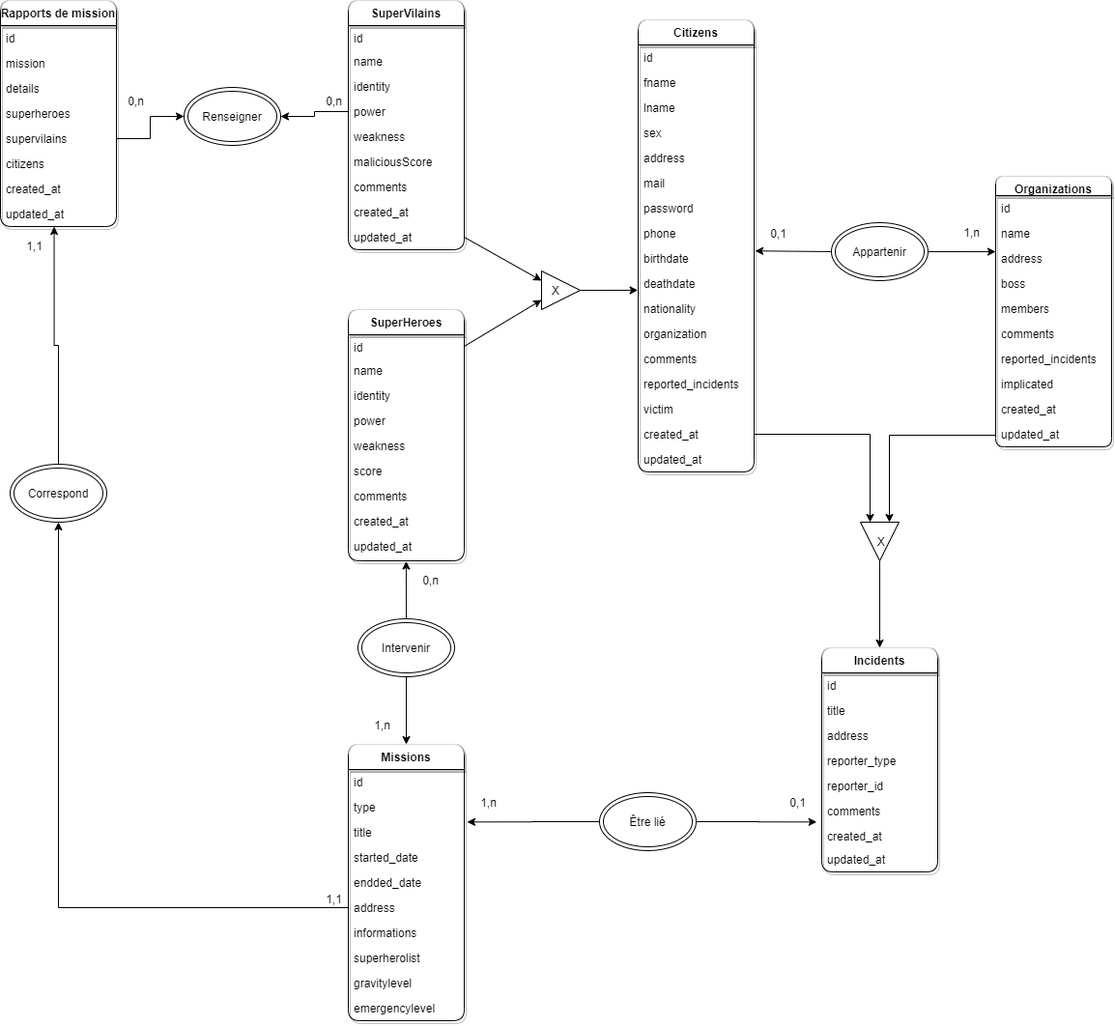
The draw.io diagram documentation/mcd/mcd.png in floriaaan/java-bootcamp, before a commit. Source tidied: cells renumbered, new cells last; positions are measured from the earlier drawing's top-left corner, leaving out a move shared by most shapes.
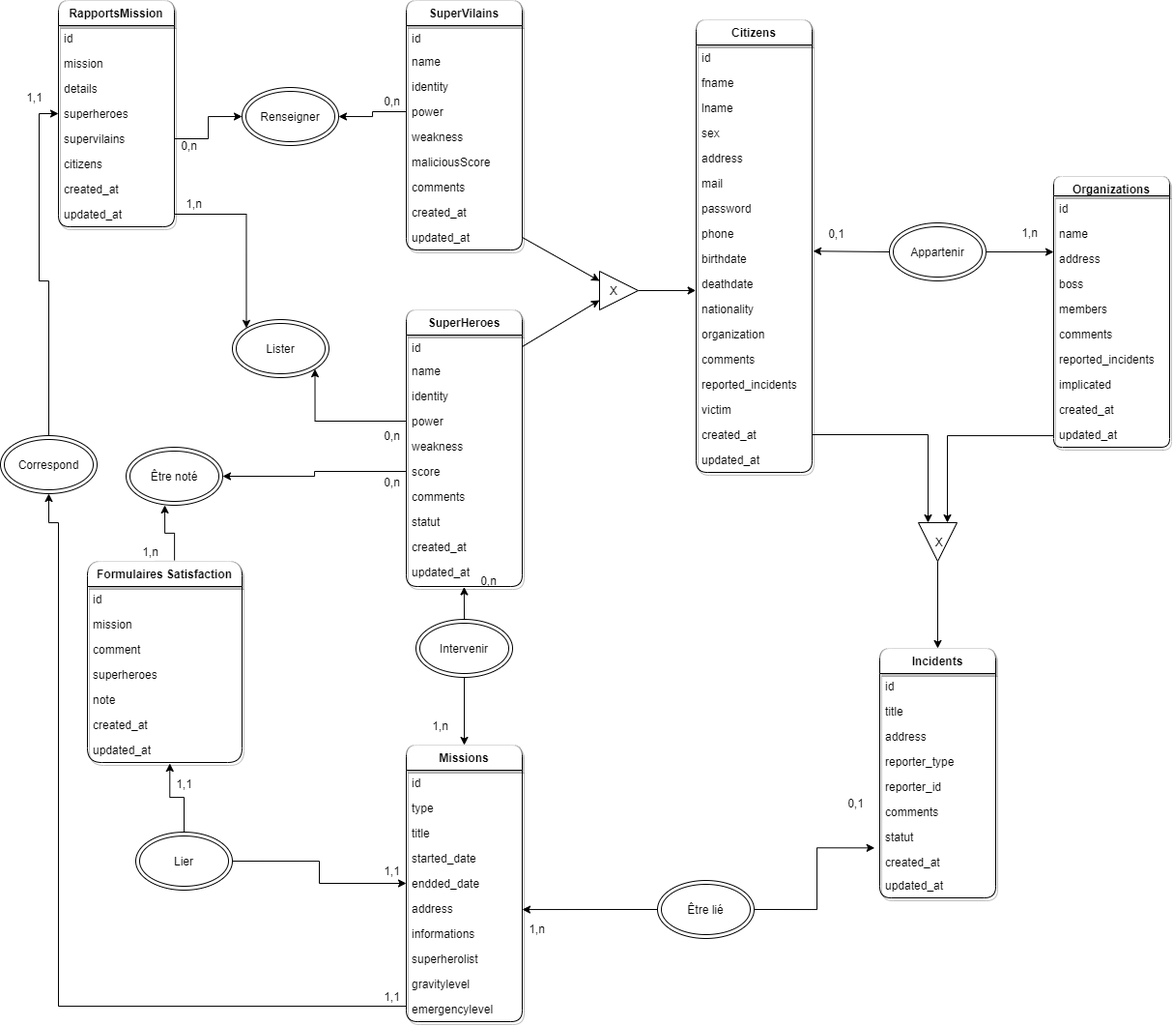
Later version of the same file.

The edit, as a diff of the source:
```diff
@@ -90,7 +90,7 @@
       <mxGeometry y="254" width="120" height="26" as="geometry" />
     </mxCell>
     <mxCell id="31" value="SuperHeroes" style="swimlane;fontStyle=1;horizontal=1;startSize=26;swimlaneLine=1;rounded=1;shadow=1;sketch=0;glass=1;verticalAlign=top;" parent="1" vertex="1">
-      <mxGeometry x="360" y="320" width="120" height="260" as="geometry" />
+      <mxGeometry x="360" y="320" width="120" height="286" as="geometry" />
     </mxCell>
     <mxCell id="32" value="id" style="text;strokeColor=none;fillColor=none;align=left;verticalAlign=top;spacingLeft=4;spacingRight=4;overflow=hidden;points=[[0,0.5],[1,0.5]];portConstraint=eastwest;" parent="31" vertex="1">
       <mxGeometry y="26" width="120" height="24" as="geometry" />
@@ -113,11 +113,14 @@
     <mxCell id="38" value="comments" style="text;strokeColor=none;fillColor=none;align=left;verticalAlign=top;spacingLeft=4;spacingRight=4;overflow=hidden;" parent="31" vertex="1">
       <mxGeometry y="180" width="120" height="26" as="geometry" />
     </mxCell>
+    <mxCell id="113" value="statut" style="text;strokeColor=none;fillColor=none;align=left;verticalAlign=top;spacingLeft=4;spacingRight=4;overflow=hidden;" parent="31" vertex="1">
+      <mxGeometry y="206" width="120" height="26" as="geometry" />
+    </mxCell>
     <mxCell id="39" value="created_at" style="text;strokeColor=none;fillColor=none;align=left;verticalAlign=top;spacingLeft=4;spacingRight=4;overflow=hidden;" parent="31" vertex="1">
-      <mxGeometry y="206" width="120" height="26" as="geometry" />
+      <mxGeometry y="232" width="120" height="26" as="geometry" />
     </mxCell>
     <mxCell id="40" value="updated_at" style="text;strokeColor=none;fillColor=none;align=left;verticalAlign=top;spacingLeft=4;spacingRight=4;overflow=hidden;points=[[0,0.5],[1,0.5]];portConstraint=eastwest;" parent="31" vertex="1">
-      <mxGeometry y="232" width="120" height="28" as="geometry" />
+      <mxGeometry y="258" width="120" height="28" as="geometry" />
     </mxCell>
     <mxCell id="41" value="SuperVilains" style="swimlane;fontStyle=1;horizontal=1;startSize=26;swimlaneLine=1;rounded=1;shadow=1;sketch=0;glass=1;verticalAlign=top;" parent="1" vertex="1">
       <mxGeometry x="360" width="120" height="258" as="geometry" />
@@ -150,7 +153,7 @@
       <mxGeometry y="232" width="120" height="26" as="geometry" />
     </mxCell>
     <mxCell id="51" value="Incidents" style="swimlane;fontStyle=1;horizontal=1;startSize=26;swimlaneLine=1;rounded=1;shadow=1;sketch=0;glass=1;verticalAlign=top;" parent="1" vertex="1">
-      <mxGeometry x="850" y="670" width="120" height="232" as="geometry" />
+      <mxGeometry x="850" y="670" width="120" height="258" as="geometry" />
     </mxCell>
     <mxCell id="52" value="id" style="text;strokeColor=none;fillColor=none;align=left;verticalAlign=top;spacingLeft=4;spacingRight=4;overflow=hidden;" parent="51" vertex="1">
       <mxGeometry y="26" width="120" height="26" as="geometry" />
@@ -170,11 +173,14 @@
     <mxCell id="57" value="comments" style="text;strokeColor=none;fillColor=none;align=left;verticalAlign=top;spacingLeft=4;spacingRight=4;overflow=hidden;" parent="51" vertex="1">
       <mxGeometry y="156" width="120" height="26" as="geometry" />
     </mxCell>
+    <mxCell id="114" value="statut" style="text;strokeColor=none;fillColor=none;align=left;verticalAlign=top;spacingLeft=4;spacingRight=4;overflow=hidden;" parent="51" vertex="1">
+      <mxGeometry y="182" width="120" height="26" as="geometry" />
+    </mxCell>
     <mxCell id="58" value="created_at" style="text;strokeColor=none;fillColor=none;align=left;verticalAlign=top;spacingLeft=4;spacingRight=4;overflow=hidden;points=[[0,0.5],[1,0.5]];portConstraint=eastwest;" parent="51" vertex="1">
-      <mxGeometry y="182" width="120" height="24" as="geometry" />
+      <mxGeometry y="208" width="120" height="24" as="geometry" />
     </mxCell>
     <mxCell id="59" value="updated_at" style="text;strokeColor=none;fillColor=none;align=left;verticalAlign=top;spacingLeft=4;spacingRight=4;overflow=hidden;" parent="51" vertex="1">
-      <mxGeometry y="206" width="120" height="26" as="geometry" />
+      <mxGeometry y="232" width="120" height="26" as="geometry" />
     </mxCell>
     <mxCell id="60" style="edgeStyle=none;rounded=0;jettySize=auto;html=1;exitX=1;exitY=0.5;exitDx=0;exitDy=0;entryX=-0.003;entryY=0.767;entryDx=0;entryDy=0;entryPerimeter=0;" parent="1" edge="1" source="61" target="12">
       <mxGeometry relative="1" as="geometry" />
@@ -260,11 +266,16 @@
     <mxCell id="87" style="edgeStyle=orthogonalEdgeStyle;rounded=0;jettySize=auto;html=1;exitX=1;exitY=0.5;exitDx=0;exitDy=0;entryX=-0.044;entryY=-0.069;entryDx=0;entryDy=0;entryPerimeter=0;" parent="1" edge="1" source="89" target="58">
       <mxGeometry relative="1" as="geometry" />
     </mxCell>
-    <mxCell id="88" style="edgeStyle=orthogonalEdgeStyle;rounded=0;jettySize=auto;html=1;exitX=0;exitY=0.5;exitDx=0;exitDy=0;entryX=1.025;entryY=1.09;entryDx=0;entryDy=0;entryPerimeter=0;" parent="1" edge="1" source="89" target="71">
-      <mxGeometry relative="1" as="geometry" />
+    <mxCell id="88" style="edgeStyle=orthogonalEdgeStyle;rounded=0;jettySize=auto;html=1;exitX=0;exitY=0.5;exitDx=0;exitDy=0;" parent="1" edge="1" source="89">
+      <mxGeometry relative="1" as="geometry">
+        <mxPoint x="480" y="940" as="targetPoint" />
+        <Array as="points">
+          <mxPoint x="483" y="940" />
+        </Array>
+      </mxGeometry>
     </mxCell>
     <mxCell id="89" value="Être lié" style="ellipse;shape=doubleEllipse;whiteSpace=wrap;html=1;" parent="1" vertex="1">
-      <mxGeometry x="620" y="820" width="100" height="60" as="geometry" />
+      <mxGeometry x="620" y="910" width="100" height="60" as="geometry" />
     </mxCell>
     <mxCell id="90" style="edgeStyle=orthogonalEdgeStyle;rounded=0;jettySize=auto;html=1;exitX=1;exitY=0.5;exitDx=0;exitDy=0;entryX=0;entryY=0.75;entryDx=0;entryDy=0;" parent="1" edge="1" source="18" target="81">
       <mxGeometry relative="1" as="geometry" />
@@ -278,12 +289,12 @@
       </mxGeometry>
     </mxCell>
     <mxCell id="92" value="1,n" style="text;html=1;align=center;verticalAlign=middle;" parent="1" vertex="1">
-      <mxGeometry x="490" y="820" width="30" height="20" as="geometry" />
+      <mxGeometry x="480" y="950" width="30" height="20" as="geometry" />
     </mxCell>
     <mxCell id="93" value="0,1" style="text;html=1;align=center;verticalAlign=middle;" parent="1" vertex="1">
       <mxGeometry x="810" y="820" width="30" height="20" as="geometry" />
     </mxCell>
-    <mxCell id="94" value="Rapports de mission" style="swimlane;fontStyle=1;horizontal=1;startSize=26;swimlaneLine=1;rounded=1;shadow=1;sketch=0;glass=1;verticalAlign=top;" parent="1" vertex="1">
+    <mxCell id="94" value="RapportsMission" style="swimlane;fontStyle=1;horizontal=1;startSize=26;swimlaneLine=1;rounded=1;shadow=1;sketch=0;glass=1;verticalAlign=top;" parent="1" vertex="1">
       <mxGeometry width="120" height="234" as="geometry" />
     </mxCell>
     <mxCell id="95" value="id" style="text;strokeColor=none;fillColor=none;align=left;verticalAlign=top;spacingLeft=4;spacingRight=4;overflow=hidden;" parent="94" vertex="1">
@@ -320,25 +331,103 @@
       <mxGeometry relative="1" as="geometry" />
     </mxCell>
     <mxCell id="106" value="0,n" style="text;html=1;align=center;verticalAlign=middle;" parent="1" vertex="1">
-      <mxGeometry x="125" y="94" width="30" height="20" as="geometry" />
+      <mxGeometry x="120" y="140" width="30" height="20" as="geometry" />
     </mxCell>
     <mxCell id="107" value="0,n" style="text;html=1;align=center;verticalAlign=middle;" parent="1" vertex="1">
       <mxGeometry x="330" y="94" width="30" height="20" as="geometry" />
     </mxCell>
-    <mxCell id="108" style="edgeStyle=orthogonalEdgeStyle;rounded=0;jettySize=auto;html=1;exitX=0.5;exitY=0;exitDx=0;exitDy=0;entryX=0.463;entryY=1.005;entryDx=0;entryDy=0;entryPerimeter=0;" parent="1" edge="1" source="109" target="102">
+    <mxCell id="108" style="edgeStyle=orthogonalEdgeStyle;rounded=0;jettySize=auto;html=1;exitX=0.5;exitY=0;exitDx=0;exitDy=0;entryX=0;entryY=0.5;entryDx=0;entryDy=0;" parent="1" edge="1" source="109" target="98">
       <mxGeometry relative="1" as="geometry" />
     </mxCell>
     <mxCell id="109" value="Correspond" style="ellipse;shape=doubleEllipse;whiteSpace=wrap;html=1;" parent="1" vertex="1">
-      <mxGeometry x="10" y="480" width="100" height="60" as="geometry" />
+      <mxGeometry x="-60" y="450" width="100" height="60" as="geometry" />
     </mxCell>
     <mxCell id="110" style="edgeStyle=orthogonalEdgeStyle;rounded=0;jettySize=auto;html=1;exitX=0;exitY=0.5;exitDx=0;exitDy=0;entryX=0.5;entryY=1;entryDx=0;entryDy=0;" parent="1" edge="1" source="75" target="109">
-      <mxGeometry relative="1" as="geometry" />
+      <mxGeometry relative="1" as="geometry">
+        <Array as="points">
+          <mxPoint x="360" y="1040" />
+          <mxPoint y="1040" />
+          <mxPoint y="540" />
+        </Array>
+      </mxGeometry>
     </mxCell>
     <mxCell id="111" value="1,1" style="text;html=1;align=center;verticalAlign=middle;" parent="1" vertex="1">
-      <mxGeometry x="20" y="244" width="30" height="20" as="geometry" />
+      <mxGeometry x="-40" y="90" width="30" height="20" as="geometry" />
     </mxCell>
     <mxCell id="112" value="1,1" style="text;html=1;align=center;verticalAlign=middle;" parent="1" vertex="1">
-      <mxGeometry x="330" y="920" width="30" height="20" as="geometry" />
+      <mxGeometry x="330" y="1020" width="30" height="20" as="geometry" />
     </mxCell>
+    <mxCell id="115" value="Lister" style="ellipse;shape=doubleEllipse;whiteSpace=wrap;html=1;" parent="1" vertex="1">
+      <mxGeometry x="180" y="330" width="100" height="60" as="geometry" />
+    </mxCell>
+    <mxCell id="116" style="edgeStyle=orthogonalEdgeStyle;rounded=0;jettySize=auto;html=1;exitX=1;exitY=0.5;exitDx=0;exitDy=0;entryX=0;entryY=0;entryDx=0;entryDy=0;" parent="1" edge="1" source="102" target="115">
+      <mxGeometry relative="1" as="geometry" />
+    </mxCell>
+    <mxCell id="117" value="1,n" style="text;html=1;align=center;verticalAlign=middle;" parent="1" vertex="1">
+      <mxGeometry x="125" y="200" width="30" height="20" as="geometry" />
+    </mxCell>
+    <mxCell id="118" value="0,n" style="text;html=1;align=center;verticalAlign=middle;" parent="1" vertex="1">
+      <mxGeometry x="330" y="440" width="30" height="20" as="geometry" />
+    </mxCell>
+    <mxCell id="119" style="edgeStyle=orthogonalEdgeStyle;rounded=0;jettySize=auto;html=1;exitX=0;exitY=0.5;exitDx=0;exitDy=0;entryX=1;entryY=1;entryDx=0;entryDy=0;" parent="1" edge="1" source="35" target="115">
+      <mxGeometry relative="1" as="geometry" />
+    </mxCell>
+    <mxCell id="120" style="edgeStyle=orthogonalEdgeStyle;rounded=0;orthogonalLoop=1;jettySize=auto;html=1;exitX=0.5;exitY=0;exitDx=0;exitDy=0;entryX=0.5;entryY=1;entryDx=0;entryDy=0;" parent="1" edge="1">
+      <mxGeometry relative="1" as="geometry">
+        <mxPoint x="100.1" y="579.9" as="sourcePoint" />
+        <mxPoint x="110.1" y="521.9" as="targetPoint" />
+      </mxGeometry>
+    </mxCell>
+    <mxCell id="121" value="Formulaires Satisfaction" style="swimlane;fontStyle=1;horizontal=1;startSize=26;swimlaneLine=1;rounded=1;shadow=1;sketch=0;glass=1;verticalAlign=top;arcSize=19;" parent="1" vertex="1">
+      <mxGeometry x="30" y="580" width="160" height="208" as="geometry" />
+    </mxCell>
+    <mxCell id="122" value="id" style="text;strokeColor=none;fillColor=none;align=left;verticalAlign=top;spacingLeft=4;spacingRight=4;overflow=hidden;" parent="121" vertex="1">
+      <mxGeometry y="26" width="160" height="26" as="geometry" />
+    </mxCell>
+    <mxCell id="123" value="mission" style="text;strokeColor=none;fillColor=none;align=left;verticalAlign=top;spacingLeft=4;spacingRight=4;overflow=hidden;" parent="121" vertex="1">
+      <mxGeometry y="52" width="160" height="26" as="geometry" />
+    </mxCell>
+    <mxCell id="124" value="comment" style="text;strokeColor=none;fillColor=none;align=left;verticalAlign=top;spacingLeft=4;spacingRight=4;overflow=hidden;" parent="121" vertex="1">
+      <mxGeometry y="78" width="160" height="26" as="geometry" />
+    </mxCell>
+    <mxCell id="125" value="superheroes" style="text;strokeColor=none;fillColor=none;align=left;verticalAlign=top;spacingLeft=4;spacingRight=4;overflow=hidden;" parent="121" vertex="1">
+      <mxGeometry y="104" width="160" height="26" as="geometry" />
+    </mxCell>
+    <mxCell id="126" value="note" style="text;strokeColor=none;fillColor=none;align=left;verticalAlign=top;spacingLeft=4;spacingRight=4;overflow=hidden;" parent="121" vertex="1">
+      <mxGeometry y="130" width="160" height="26" as="geometry" />
+    </mxCell>
+    <mxCell id="127" value="created_at" style="text;strokeColor=none;fillColor=none;align=left;verticalAlign=top;spacingLeft=4;spacingRight=4;overflow=hidden;" parent="121" vertex="1">
+      <mxGeometry y="156" width="160" height="26" as="geometry" />
+    </mxCell>
+    <mxCell id="128" value="updated_at" style="text;strokeColor=none;fillColor=none;align=left;verticalAlign=top;spacingLeft=4;spacingRight=4;overflow=hidden;points=[[0,0.5],[1,0.5]];portConstraint=eastwest;" parent="121" vertex="1">
+      <mxGeometry y="182" width="160" height="26" as="geometry" />
+    </mxCell>
+    <mxCell id="129" style="edgeStyle=orthogonalEdgeStyle;rounded=0;jettySize=auto;html=1;exitX=0.5;exitY=0;exitDx=0;exitDy=0;entryX=0.533;entryY=1.038;entryDx=0;entryDy=0;entryPerimeter=0;" parent="1" edge="1" source="131" target="128">
+      <mxGeometry relative="1" as="geometry" />
+    </mxCell>
+    <mxCell id="130" style="edgeStyle=orthogonalEdgeStyle;rounded=0;jettySize=auto;html=1;exitX=1;exitY=0.5;exitDx=0;exitDy=0;entryX=0;entryY=0.5;entryDx=0;entryDy=0;" parent="1" edge="1" source="131" target="74">
+      <mxGeometry relative="1" as="geometry" />
+    </mxCell>
+    <mxCell id="131" value="Lier" style="ellipse;shape=doubleEllipse;whiteSpace=wrap;html=1;" parent="1" vertex="1">
+      <mxGeometry x="80" y="860" width="100" height="60" as="geometry" />
+    </mxCell>
+    <mxCell id="132" value="Être noté" style="ellipse;shape=doubleEllipse;whiteSpace=wrap;html=1;" parent="1" vertex="1">
+      <mxGeometry x="70" y="462" width="100" height="60" as="geometry" />
+    </mxCell>
+    <mxCell id="133" style="edgeStyle=orthogonalEdgeStyle;rounded=0;jettySize=auto;html=1;exitX=0;exitY=0.5;exitDx=0;exitDy=0;entryX=1;entryY=0.5;entryDx=0;entryDy=0;" parent="1" edge="1" source="37" target="132">
+      <mxGeometry relative="1" as="geometry" />
+    </mxCell>
+    <mxCell id="134" value="1,1" style="text;html=1;align=center;verticalAlign=middle;" parent="1" vertex="1">
+      <mxGeometry x="115" y="800" width="30" height="20" as="geometry" />
+    </mxCell>
+    <mxCell id="135" value="1,1" style="text;html=1;align=center;verticalAlign=middle;" parent="1" vertex="1">
+      <mxGeometry x="330" y="890" width="30" height="20" as="geometry" />
+    </mxCell>
+    <mxCell id="136" value="0,n" style="text;html=1;align=center;verticalAlign=middle;" parent="1" vertex="1">
+      <mxGeometry x="330" y="488" width="30" height="20" as="geometry" />
+    </mxCell>
+    <mxCell id="137" value="1,n" style="text;html=1;align=center;verticalAlign=middle;" parent="1" vertex="1">
+      <mxGeometry x="80" y="560" width="30" height="20" as="geometry" />
+    </mxCell>
   </root>
 </mxGraphModel>
```
